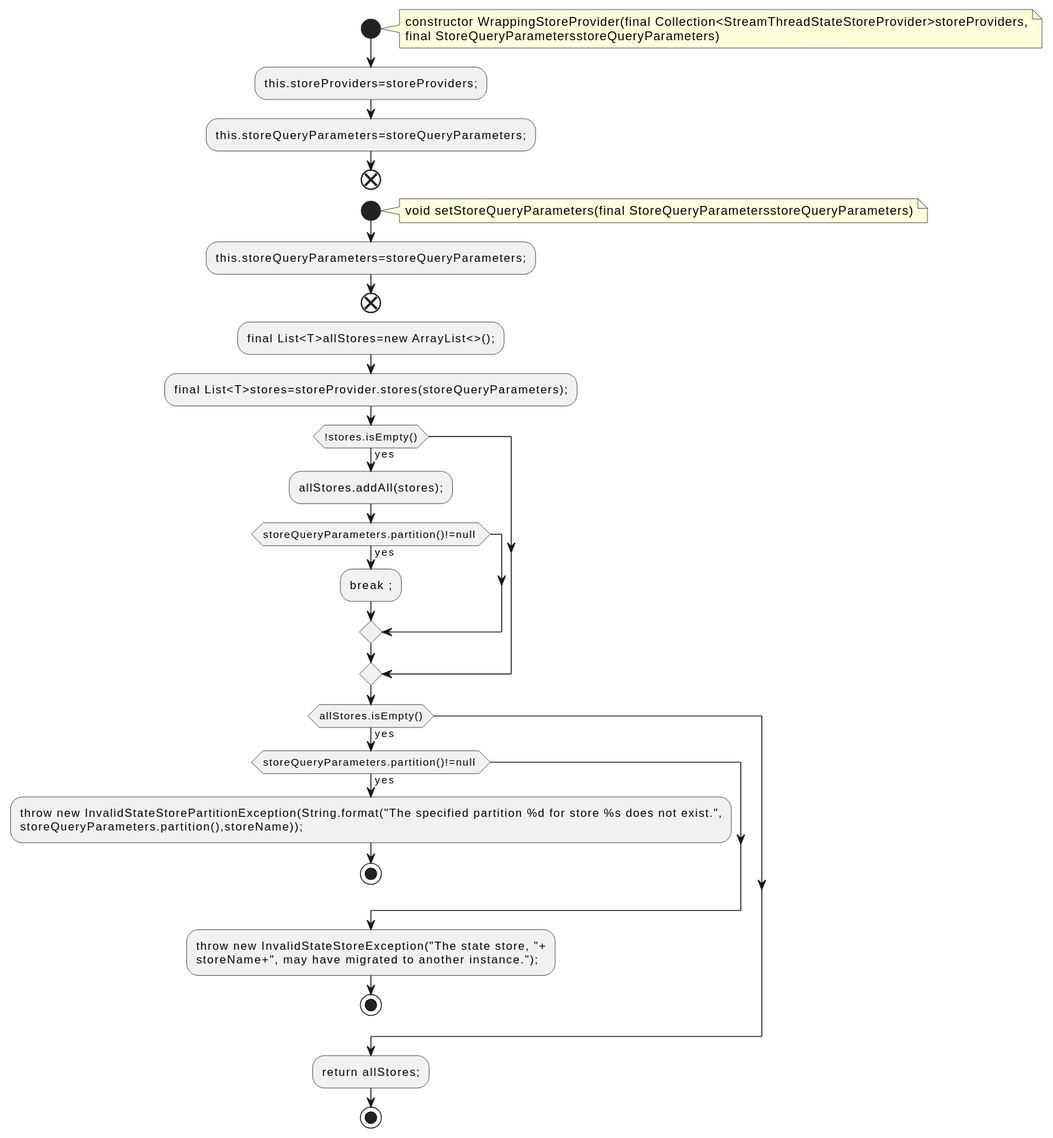
Earlier version of the PlantUML export docs/qc/streams/src/main/java/org/apache/kafka/streams/state/internals/WrappingStoreProvider.java.fct.svg (qualitesys/kafka).
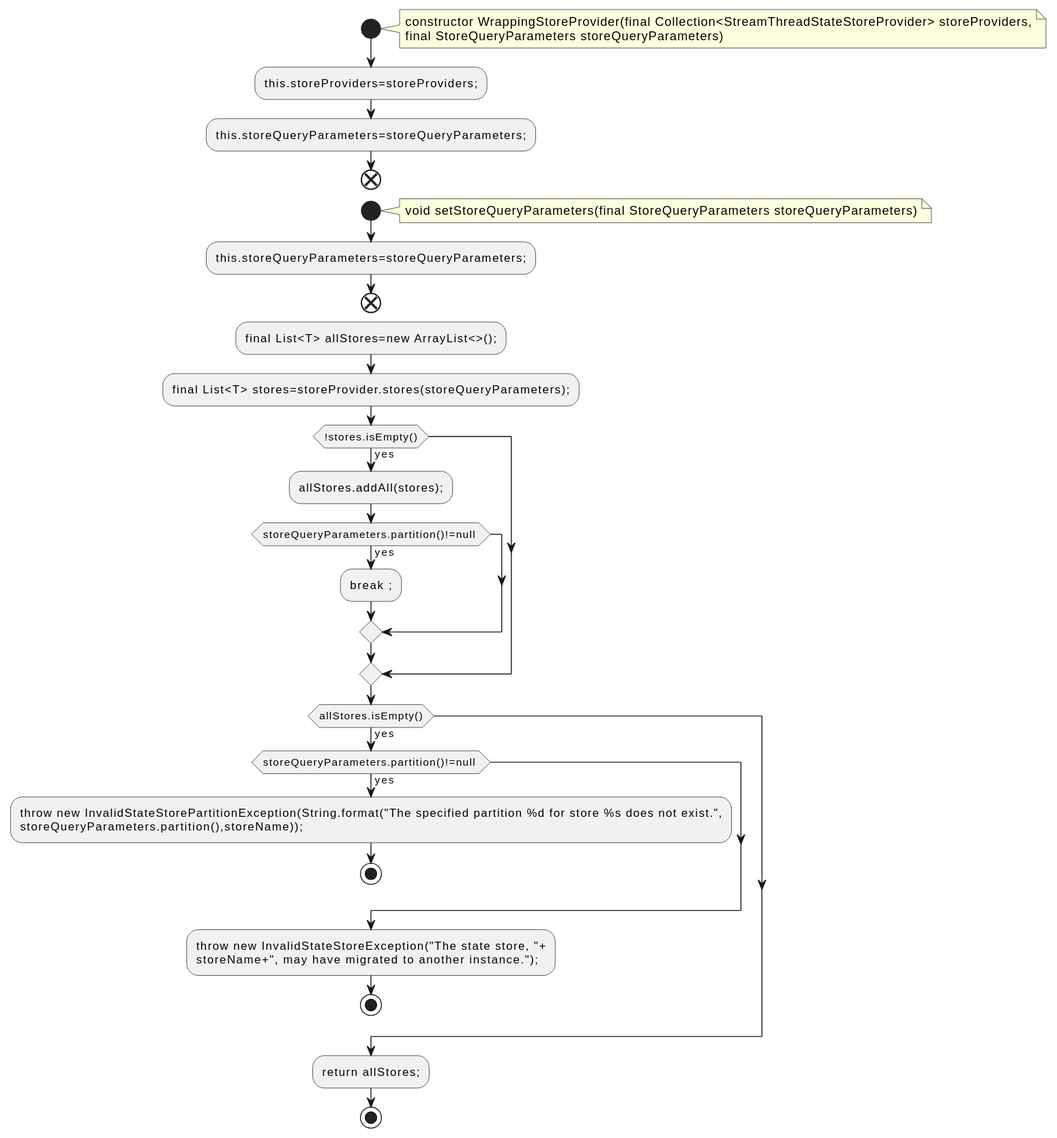
The same file after the commit.

The edit, as a diff of the source:
```diff
@@ -2,20 +2,20 @@
 !pragma layout smetana
 start
 note right
-constructor WrappingStoreProvider(final Collection<StreamThreadStateStoreProvider>storeProviders,
-final StoreQueryParametersstoreQueryParameters)
+constructor WrappingStoreProvider(final Collection<StreamThreadStateStoreProvider> storeProviders,
+final StoreQueryParameters storeQueryParameters)
 end note
 :this.storeProviders=storeProviders;;
 :this.storeQueryParameters=storeQueryParameters;;
 end
 start
 note right
-void setStoreQueryParameters(final StoreQueryParametersstoreQueryParameters)
+void setStoreQueryParameters(final StoreQueryParameters storeQueryParameters)
 end note
 :this.storeQueryParameters=storeQueryParameters;;
 end
-:final List<T>allStores=new ArrayList<>();;
-:final List<T>stores=storeProvider.stores(storeQueryParameters);;
+:final List<T> allStores=new ArrayList<>();;
+:final List<T> stores=storeProvider.stores(storeQueryParameters);;
 if (!stores.isEmpty()) then (yes)
 :allStores.addAll(stores);;
 if (storeQueryParameters.partition()!=null ) then (yes)
```
